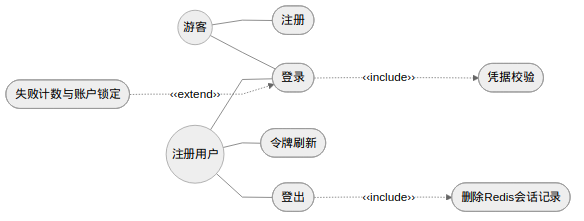
Wkjlovec/graduation_project_zhuang keeps this Mermaid diagram as docs/diagrams/fig3-2-auth-usecase.png. Above is the earlier version. Its source is kept beside it as docs/diagrams/fig3-2-auth-usecase.mmd.
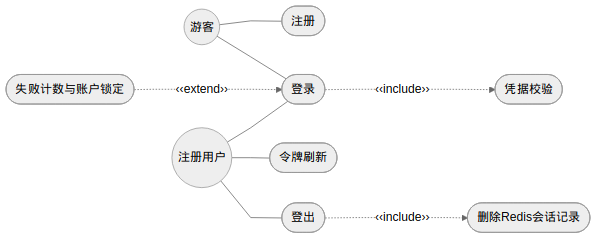
Later version of the same file.

The edit, as a diff of the source:
```diff
@@ -1,10 +1,10 @@
-%%{init: {'theme': 'neutral', 'flowchart': {'curve': 'linear', 'rankSpacing': 50, 'nodeSpacing': 35}}}%%
+%%{init: {'theme': 'neutral', 'flowchart': {'curve': 'linear', 'rankSpacing': 50, 'nodeSpacing': 40}}}%%
 graph LR
     Guest((游客)) --- UC1([注册])
     Guest --- UC2([登录])
+    UC2 -..->|"‹‹include››"| UC5([凭据校验])
+    UC6([失败计数与账户锁定]) -..->|"‹‹extend››"| UC2
     User((注册用户)) --- UC2
     User --- UC3([令牌刷新])
     User --- UC4([登出])
-    UC2 -..->|"‹‹include››"| UC5([凭据校验])
-    UC6([失败计数与账户锁定]) -..->|"‹‹extend››"| UC2
     UC4 -..->|"‹‹include››"| UC7([删除Redis会话记录])
```
